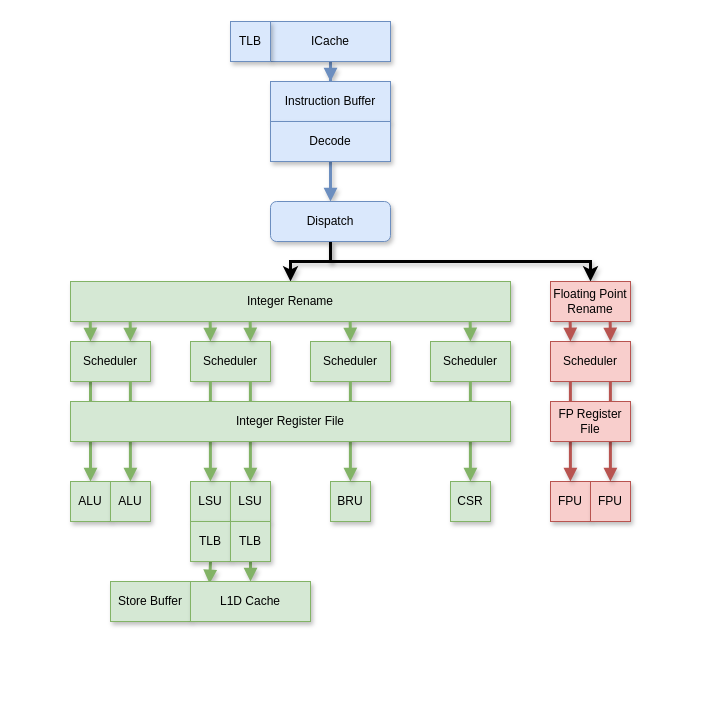
This is page "Top" (1 of 6) of docs/source/msrh.drawio from msyksphinz-self/scariv_zero, a draw.io file, before an edit. Source tidied: cells renumbered, new cells numbered last; positions are measured from the earlier drawing's top-left corner, leaving out a move shared by most shapes. Both pictures are drawn from the tidied source at 100%, with x=0, y=0 at pixel (70, 21).
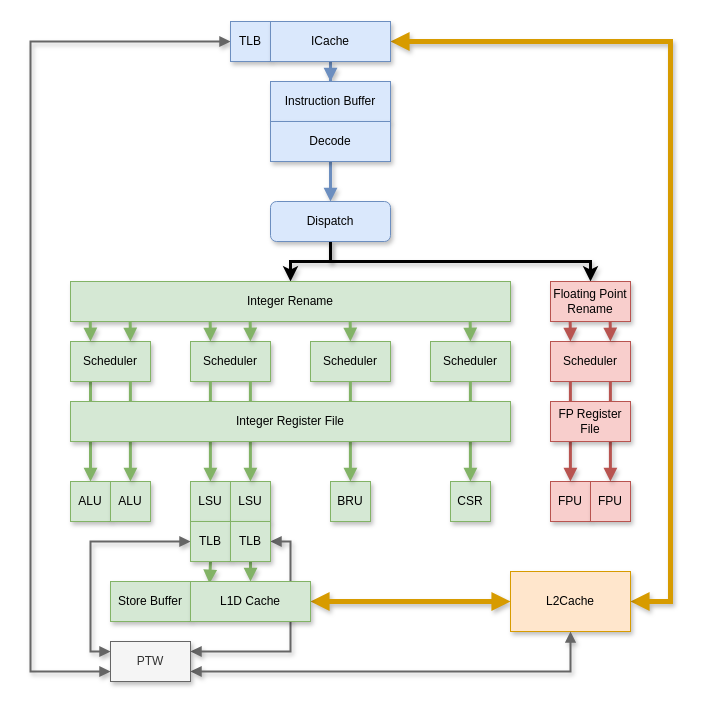
The same page after the edit.

The change refers to these unchanged cells:
```xml
<mxCell id="4" value="TLB" style="rounded=0;whiteSpace=wrap;html=1;fillColor=#dae8fc;strokeColor=#6c8ebf;shadow=1;" parent="1" vertex="1">
  <mxGeometry x="160" width="40" height="40" as="geometry" />
</mxCell>
<mxCell id="23" value="TLB" style="rounded=0;whiteSpace=wrap;html=1;fillColor=#d5e8d4;strokeColor=#82b366;shadow=1;strokeWidth=1;" parent="1" vertex="1">
  <mxGeometry x="120" y="500" width="40" height="40" as="geometry" />
</mxCell>
<mxCell id="25" value="TLB" style="rounded=0;whiteSpace=wrap;html=1;fillColor=#d5e8d4;strokeColor=#82b366;shadow=1;strokeWidth=1;" parent="1" vertex="1">
  <mxGeometry x="160" y="500" width="40" height="40" as="geometry" />
</mxCell>
<mxCell id="49" value="L1D Cache" style="rounded=0;whiteSpace=wrap;html=1;fillColor=#d5e8d4;strokeColor=#82b366;shadow=1;strokeWidth=1;" parent="1" vertex="1">
  <mxGeometry x="120" y="560" width="120" height="40" as="geometry" />
</mxCell>
```

Change to the diagram source:
```diff
@@
-    <mxCell id="3" value="ICache" style="rounded=0;whiteSpace=wrap;html=1;fillColor=#dae8fc;strokeColor=#6c8ebf;shadow=1;" parent="1" vertex="1">
-      <mxGeometry x="200" width="120" height="40" as="geometry" />
-    </mxCell>
+    <mxCell id="50" style="edgeStyle=orthogonalEdgeStyle;rounded=0;jettySize=auto;html=1;exitX=0;exitY=0.5;exitDx=0;exitDy=0;entryX=0;entryY=0.75;entryDx=0;entryDy=0;shadow=1;startArrow=block;startFill=1;endArrow=block;endFill=1;strokeWidth=2;fillColor=#f5f5f5;strokeColor=#666666;" parent="1" edge="1" source="4" target="57">
+      <mxGeometry relative="1" as="geometry">
+        <Array as="points">
+          <mxPoint x="-40" y="20" />
+          <mxPoint x="-40" y="650" />
+        </Array>
+      </mxGeometry>
+    </mxCell>
@@
+    <mxCell id="51" style="edgeStyle=orthogonalEdgeStyle;rounded=0;jettySize=auto;html=1;exitX=0;exitY=0.5;exitDx=0;exitDy=0;entryX=0;entryY=0.25;entryDx=0;entryDy=0;shadow=1;startArrow=block;startFill=1;endArrow=block;endFill=1;strokeWidth=2;fillColor=#f5f5f5;strokeColor=#666666;" parent="1" edge="1" source="23" target="57">
+      <mxGeometry relative="1" as="geometry" />
+    </mxCell>
@@
+    <mxCell id="52" style="edgeStyle=orthogonalEdgeStyle;rounded=0;jettySize=auto;html=1;exitX=1;exitY=0.5;exitDx=0;exitDy=0;entryX=1;entryY=0.25;entryDx=0;entryDy=0;shadow=1;startArrow=block;startFill=1;endArrow=block;endFill=1;strokeWidth=2;fillColor=#f5f5f5;strokeColor=#666666;" parent="1" edge="1" source="25" target="57">
+      <mxGeometry relative="1" as="geometry" />
+    </mxCell>
@@
+    <mxCell id="53" style="edgeStyle=orthogonalEdgeStyle;rounded=0;jettySize=auto;html=1;exitX=1;exitY=0.5;exitDx=0;exitDy=0;entryX=0;entryY=0.5;entryDx=0;entryDy=0;fillColor=#ffe6cc;strokeColor=#d79b00;strokeWidth=5;startArrow=block;startFill=1;endArrow=block;endFill=1;shadow=1;" parent="1" edge="1" source="49" target="55">
+      <mxGeometry relative="1" as="geometry" />
+    </mxCell>
@@
+    <mxCell id="54" style="edgeStyle=orthogonalEdgeStyle;rounded=0;jettySize=auto;html=1;exitX=1;exitY=0.5;exitDx=0;exitDy=0;entryX=1;entryY=0.5;entryDx=0;entryDy=0;shadow=1;startArrow=block;startFill=1;endArrow=block;endFill=1;strokeWidth=5;fillColor=#ffe6cc;strokeColor=#d79b00;" parent="1" edge="1" source="3" target="55">
+      <mxGeometry relative="1" as="geometry">
+        <Array as="points">
+          <mxPoint x="600" y="20" />
+          <mxPoint x="600" y="580" />
+        </Array>
+      </mxGeometry>
+    </mxCell>
+    <mxCell id="3" value="ICache" style="rounded=0;whiteSpace=wrap;html=1;fillColor=#dae8fc;strokeColor=#6c8ebf;shadow=1;" parent="1" vertex="1">
+      <mxGeometry x="200" width="120" height="40" as="geometry" />
+    </mxCell>
+    <mxCell id="55" value="L2Cache" style="rounded=0;whiteSpace=wrap;html=1;fillColor=#ffe6cc;strokeColor=#d79b00;shadow=1;" parent="1" vertex="1">
+      <mxGeometry x="440" y="550" width="120" height="60" as="geometry" />
+    </mxCell>
+    <mxCell id="56" style="edgeStyle=orthogonalEdgeStyle;rounded=0;jettySize=auto;html=1;exitX=1;exitY=0.75;exitDx=0;exitDy=0;entryX=0.5;entryY=1;entryDx=0;entryDy=0;shadow=1;startArrow=block;startFill=1;endArrow=block;endFill=1;strokeWidth=2;fillColor=#f5f5f5;strokeColor=#666666;" parent="1" edge="1" source="57" target="55">
+      <mxGeometry relative="1" as="geometry" />
+    </mxCell>
+    <mxCell id="57" value="PTW" style="rounded=0;whiteSpace=wrap;html=1;fillColor=#f5f5f5;strokeColor=#666666;shadow=1;strokeWidth=1;fontColor=#333333;" parent="1" vertex="1">
+      <mxGeometry x="40" y="620" width="80" height="40" as="geometry" />
+    </mxCell>
```
